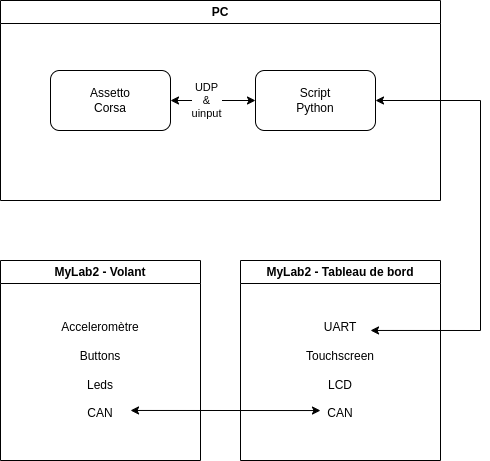
Before: Report/Images/architecture.drawio.png, a diagram exported from draw.io (J-Bch/Asseto_Corsa_Mylab_Controller). Source tidied: cells renumbered, new cells last; positions are measured from the earlier drawing's top-left corner, leaving out a move shared by most shapes.
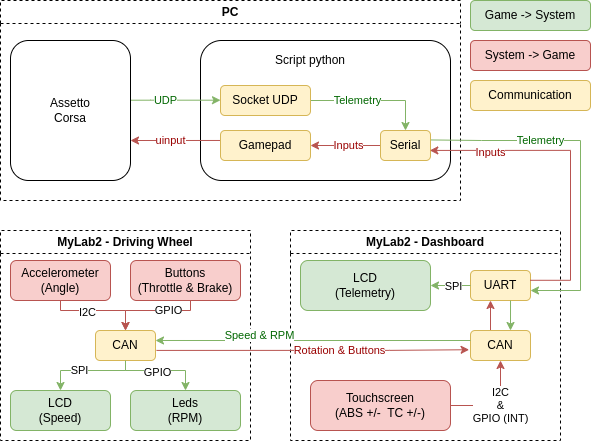
After the change.

Commit message:
update architecture schema

The edit, as a diff of the source:
```diff
@@ -2,43 +2,247 @@
   <root>
     <mxCell id="0" />
     <mxCell id="1" parent="0" />
-    <mxCell id="2" value="PC" style="swimlane;whiteSpace=wrap;html=1;" parent="1" vertex="1">
-      <mxGeometry width="440" height="200" as="geometry" />
+    <mxCell id="2" value="PC" style="swimlane;whiteSpace=wrap;html=1;dashed=1;" parent="1" vertex="1">
+      <mxGeometry width="460" height="200" as="geometry" />
     </mxCell>
-    <mxCell id="3" value="Script&lt;div&gt;Python&lt;/div&gt;" style="rounded=1;whiteSpace=wrap;html=1;" parent="2" vertex="1">
-      <mxGeometry x="255" y="70" width="120" height="60" as="geometry" />
+    <mxCell id="3" style="rounded=1;whiteSpace=wrap;html=1;" parent="2" vertex="1">
+      <mxGeometry x="200" y="40" width="250" height="140" as="geometry" />
     </mxCell>
-    <mxCell id="4" style="edgeStyle=orthogonalEdgeStyle;rounded=0;jettySize=auto;html=1;entryX=0;entryY=0.5;entryDx=0;entryDy=0;startArrow=classic;startFill=1;" parent="2" edge="1" source="6" target="3">
-      <mxGeometry relative="1" as="geometry" />
+    <mxCell id="4" style="edgeStyle=orthogonalEdgeStyle;rounded=0;jettySize=auto;html=1;startArrow=classic;startFill=1;endArrow=none;endFill=0;fillColor=#d5e8d4;strokeColor=#82b366;" parent="2" edge="1" source="9">
+      <mxGeometry relative="1" as="geometry">
+        <mxPoint x="110" y="99.7" as="targetPoint" />
+        <Array as="points">
+          <mxPoint x="150" y="100" />
+        </Array>
+      </mxGeometry>
     </mxCell>
-    <mxCell id="5" value="UDP&lt;div&gt;&amp;amp;&lt;br&gt;&lt;div&gt;uinput&lt;/div&gt;&lt;/div&gt;" style="edgeLabel;html=1;align=center;verticalAlign=middle;" parent="4" vertex="1">
-      <mxGeometry x="-0.16" relative="1" as="geometry" />
+    <mxCell id="5" value="UDP" style="edgeLabel;html=1;align=center;verticalAlign=middle;fontColor=#006600;" parent="4" vertex="1">
+      <mxGeometry x="0.04" y="-1" relative="1" as="geometry">
+        <mxPoint x="2" y="1" as="offset" />
+      </mxGeometry>
     </mxCell>
     <mxCell id="6" value="Assetto&lt;div&gt;Corsa&lt;/div&gt;" style="rounded=1;whiteSpace=wrap;html=1;" parent="2" vertex="1">
-      <mxGeometry x="50" y="70" width="120" height="60" as="geometry" />
+      <mxGeometry x="10" y="40" width="120" height="140" as="geometry" />
     </mxCell>
-    <mxCell id="7" value="MyLab2 - Volant" style="swimlane;whiteSpace=wrap;html=1;" parent="1" vertex="1">
-      <mxGeometry y="260" width="200" height="200" as="geometry" />
+    <mxCell id="7" style="edgeStyle=orthogonalEdgeStyle;rounded=0;jettySize=auto;html=1;entryX=0.5;entryY=0;entryDx=0;entryDy=0;fillColor=#d5e8d4;strokeColor=#82b366;" parent="2" edge="1" source="9" target="16">
+      <mxGeometry relative="1" as="geometry">
+        <Array as="points">
+          <mxPoint x="405" y="100" />
+        </Array>
+      </mxGeometry>
     </mxCell>
-    <mxCell id="8" value="Acceleromètre&lt;div&gt;&lt;br&gt;&lt;/div&gt;&lt;div&gt;Buttons&lt;/div&gt;&lt;div&gt;&lt;br&gt;&lt;/div&gt;&lt;div&gt;Leds&lt;/div&gt;&lt;div&gt;&lt;br&gt;&lt;/div&gt;&lt;div&gt;CAN&lt;/div&gt;" style="text;html=1;align=center;verticalAlign=middle;whiteSpace=wrap;rounded=0;" parent="7" vertex="1">
-      <mxGeometry x="35" y="50" width="130" height="120" as="geometry" />
+    <mxCell id="8" value="Telemetry" style="edgeLabel;html=1;align=center;verticalAlign=middle;points=[];fontColor=#006600;" parent="7" vertex="1">
+      <mxGeometry x="-0.4" y="2" relative="1" as="geometry">
+        <mxPoint x="9" y="2" as="offset" />
+      </mxGeometry>
     </mxCell>
-    <mxCell id="9" value="MyLab2 - Tableau de bord" style="swimlane;whiteSpace=wrap;html=1;" parent="1" vertex="1">
-      <mxGeometry x="240" y="260" width="200" height="200" as="geometry" />
+    <mxCell id="9" value="Socket UDP" style="rounded=1;whiteSpace=wrap;html=1;fillColor=#fff2cc;strokeColor=#d6b656;" parent="2" vertex="1">
+      <mxGeometry x="220" y="85" width="90" height="30" as="geometry" />
     </mxCell>
-    <mxCell id="10" value="UART&lt;div&gt;&lt;br&gt;&lt;/div&gt;&lt;div&gt;Touchscreen&lt;/div&gt;&lt;div&gt;&lt;br&gt;&lt;/div&gt;&lt;div&gt;LCD&lt;/div&gt;&lt;div&gt;&lt;br&gt;&lt;/div&gt;&lt;div&gt;CAN&lt;/div&gt;" style="text;html=1;align=center;verticalAlign=middle;whiteSpace=wrap;rounded=0;" parent="9" vertex="1">
-      <mxGeometry x="35" y="40" width="130" height="140" as="geometry" />
+    <mxCell id="10" style="edgeStyle=orthogonalEdgeStyle;rounded=0;orthogonalLoop=1;jettySize=auto;html=1;fillColor=#f8cecc;strokeColor=#b85450;" parent="2" edge="1">
+      <mxGeometry relative="1" as="geometry">
+        <mxPoint x="220" y="140" as="sourcePoint" />
+        <mxPoint x="130" y="140" as="targetPoint" />
+        <Array as="points">
+          <mxPoint x="130" y="140" />
+        </Array>
+      </mxGeometry>
     </mxCell>
-    <mxCell id="11" style="endArrow=classic;startArrow=classic;html=1;rounded=0;entryX=1;entryY=0.5;entryDx=0;entryDy=0;exitX=0.731;exitY=0.214;exitDx=0;exitDy=0;exitPerimeter=0;" parent="1" edge="1" source="10" target="3">
-      <mxGeometry relative="1" as="geometry">
-        <Array as="points">
-          <mxPoint x="480" y="330" />
-          <mxPoint x="480" y="100" />
-        </Array>
+    <mxCell id="11" value="uinput" style="edgeLabel;html=1;align=center;verticalAlign=middle;fontColor=#990000;" parent="10" vertex="1">
+      <mxGeometry x="0.25" y="-3" relative="1" as="geometry">
+        <mxPoint x="6" y="3" as="offset" />
       </mxGeometry>
     </mxCell>
-    <mxCell id="12" style="endArrow=classic;startArrow=classic;html=1;rounded=0;entryX=0.346;entryY=0.786;entryDx=0;entryDy=0;entryPerimeter=0;exitX=0.731;exitY=0.833;exitDx=0;exitDy=0;exitPerimeter=0;" parent="1" edge="1" source="8" target="10">
-      <mxGeometry relative="1" as="geometry" />
+    <mxCell id="12" value="Gamepad" style="rounded=1;whiteSpace=wrap;html=1;fillColor=#fff2cc;strokeColor=#d6b656;" parent="2" vertex="1">
+      <mxGeometry x="220" y="130" width="90" height="30" as="geometry" />
     </mxCell>
+    <mxCell id="13" value="Script python" style="text;html=1;align=center;verticalAlign=middle;whiteSpace=wrap;rounded=0;" parent="2" vertex="1">
+      <mxGeometry x="235" y="45" width="150" height="30" as="geometry" />
+    </mxCell>
+    <mxCell id="14" style="edgeStyle=orthogonalEdgeStyle;rounded=0;jettySize=auto;html=1;entryX=1;entryY=0.5;entryDx=0;entryDy=0;fillColor=#f8cecc;strokeColor=#b85450;" parent="2" edge="1" source="16" target="12">
+      <mxGeometry relative="1" as="geometry">
+        <Array as="points">
+          <mxPoint x="405" y="140" />
+        </Array>
+      </mxGeometry>
+    </mxCell>
+    <mxCell id="15" value="Inputs" style="edgeLabel;html=1;align=center;verticalAlign=middle;fontColor=#990000;" parent="14" vertex="1">
+      <mxGeometry x="0.09" y="2" relative="1" as="geometry">
+        <mxPoint x="6" y="-2" as="offset" />
+      </mxGeometry>
+    </mxCell>
+    <mxCell id="16" value="Serial" style="rounded=1;whiteSpace=wrap;html=1;fillColor=#fff2cc;strokeColor=#d6b656;" parent="2" vertex="1">
+      <mxGeometry x="380" y="130" width="50" height="30" as="geometry" />
+    </mxCell>
+    <mxCell id="17" value="MyLab2 - Driving Wheel" style="swimlane;whiteSpace=wrap;html=1;dashed=1;" parent="1" vertex="1">
+      <mxGeometry y="230" width="250" height="210" as="geometry" />
+    </mxCell>
+    <mxCell id="18" value="Accelerometer&lt;div&gt;(Angle)&lt;/div&gt;" style="text;html=1;align=center;verticalAlign=middle;whiteSpace=wrap;rounded=1;strokeColor=#b85450;perimeterSpacing=0;fillColor=#f8cecc;" parent="17" vertex="1">
+      <mxGeometry x="10" y="30" width="100" height="40" as="geometry" />
+    </mxCell>
+    <mxCell id="19" value="Buttons&lt;div&gt;(Throttle &amp;amp; Brake)&lt;/div&gt;" style="text;html=1;align=center;verticalAlign=middle;whiteSpace=wrap;rounded=1;strokeColor=#b85450;perimeterSpacing=0;fillColor=#f8cecc;" parent="17" vertex="1">
+      <mxGeometry x="130" y="30" width="110" height="40" as="geometry" />
+    </mxCell>
+    <mxCell id="20" value="LCD&lt;div&gt;(Speed)&lt;/div&gt;" style="text;html=1;align=center;verticalAlign=middle;whiteSpace=wrap;rounded=1;strokeColor=#82b366;perimeterSpacing=0;fillColor=#d5e8d4;" parent="17" vertex="1">
+      <mxGeometry x="10" y="160" width="100" height="40" as="geometry" />
+    </mxCell>
+    <mxCell id="21" style="edgeStyle=orthogonalEdgeStyle;rounded=0;jettySize=auto;html=1;entryX=0.5;entryY=0;entryDx=0;entryDy=0;fillColor=#d5e8d4;strokeColor=#82b366;" parent="17" edge="1" source="23" target="20">
+      <mxGeometry relative="1" as="geometry">
+        <Array as="points">
+          <mxPoint x="125" y="140" />
+          <mxPoint x="60" y="140" />
+        </Array>
+      </mxGeometry>
+    </mxCell>
+    <mxCell id="22" value="SPI" style="edgeLabel;html=1;align=center;verticalAlign=middle;" parent="21" vertex="1">
+      <mxGeometry x="0.18" relative="1" as="geometry" />
+    </mxCell>
+    <mxCell id="23" value="CAN" style="text;html=1;align=center;verticalAlign=middle;whiteSpace=wrap;rounded=1;strokeColor=#d6b656;perimeterSpacing=0;fillColor=#fff2cc;" parent="17" vertex="1">
+      <mxGeometry x="95" y="100" width="60" height="30" as="geometry" />
+    </mxCell>
+    <mxCell id="24" style="edgeStyle=orthogonalEdgeStyle;rounded=0;jettySize=auto;html=1;entryX=0.5;entryY=0;entryDx=0;entryDy=0;fillColor=#f8cecc;strokeColor=#b85450;" parent="17" edge="1" source="18" target="23">
+      <mxGeometry relative="1" as="geometry">
+        <Array as="points">
+          <mxPoint x="60" y="80" />
+          <mxPoint x="125" y="80" />
+        </Array>
+      </mxGeometry>
+    </mxCell>
+    <mxCell id="25" value="I2C" style="edgeLabel;html=1;align=center;verticalAlign=middle;" parent="24" vertex="1">
+      <mxGeometry x="-0.22" y="-2" relative="1" as="geometry" />
+    </mxCell>
+    <mxCell id="26" style="edgeStyle=orthogonalEdgeStyle;rounded=0;jettySize=auto;html=1;entryX=0.5;entryY=0;entryDx=0;entryDy=0;fillColor=#f8cecc;strokeColor=#b85450;" parent="17" edge="1" source="19" target="23">
+      <mxGeometry relative="1" as="geometry">
+        <Array as="points">
+          <mxPoint x="190" y="80" />
+          <mxPoint x="125" y="80" />
+        </Array>
+      </mxGeometry>
+    </mxCell>
+    <mxCell id="27" value="GPIO" style="edgeLabel;html=1;align=center;verticalAlign=middle;" parent="26" vertex="1">
+      <mxGeometry x="-0.33" y="-1" relative="1" as="geometry">
+        <mxPoint y="1" as="offset" />
+      </mxGeometry>
+    </mxCell>
+    <mxCell id="28" value="MyLab2 - Dashboard" style="swimlane;whiteSpace=wrap;html=1;dashed=1;" parent="1" vertex="1">
+      <mxGeometry x="290" y="230" width="270" height="210" as="geometry" />
+    </mxCell>
+    <mxCell id="29" value="UART" style="text;html=1;align=center;verticalAlign=middle;whiteSpace=wrap;rounded=1;strokeColor=#d6b656;perimeterSpacing=0;fillColor=#fff2cc;" parent="28" vertex="1">
+      <mxGeometry x="180" y="40" width="60" height="30" as="geometry" />
+    </mxCell>
+    <mxCell id="30" value="LCD&lt;div&gt;(Telemetry)&lt;/div&gt;" style="text;html=1;align=center;verticalAlign=middle;whiteSpace=wrap;rounded=1;strokeColor=#82b366;perimeterSpacing=0;fillColor=#d5e8d4;" parent="28" vertex="1">
+      <mxGeometry x="10" y="30" width="130" height="50" as="geometry" />
+    </mxCell>
+    <mxCell id="31" style="edgeStyle=orthogonalEdgeStyle;rounded=0;jettySize=auto;html=1;fillColor=#f8cecc;strokeColor=#b85450;" parent="28" edge="1" source="35">
+      <mxGeometry relative="1" as="geometry">
+        <mxPoint x="200" y="70" as="targetPoint" />
+        <Array as="points">
+          <mxPoint x="200" y="70" />
+        </Array>
+      </mxGeometry>
+    </mxCell>
+    <mxCell id="32" style="edgeStyle=orthogonalEdgeStyle;rounded=0;jettySize=auto;html=1;entryX=1;entryY=0.5;entryDx=0;entryDy=0;fillColor=#d5e8d4;strokeColor=#82b366;" parent="28" edge="1" source="29" target="30">
+      <mxGeometry relative="1" as="geometry" />
+    </mxCell>
+    <mxCell id="33" value="SPI" style="edgeLabel;html=1;align=center;verticalAlign=middle;" parent="32" vertex="1">
+      <mxGeometry x="-0.17" y="1" relative="1" as="geometry" />
+    </mxCell>
+    <mxCell id="34" value="Leds&lt;div&gt;(RPM)&lt;/div&gt;" style="text;html=1;align=center;verticalAlign=middle;whiteSpace=wrap;rounded=1;strokeColor=#82b366;perimeterSpacing=0;fillColor=#d5e8d4;" parent="28" vertex="1">
+      <mxGeometry x="-160" y="160" width="110" height="40" as="geometry" />
+    </mxCell>
+    <mxCell id="35" value="CAN" style="text;html=1;align=center;verticalAlign=middle;whiteSpace=wrap;rounded=1;strokeColor=#d6b656;fillColor=#fff2cc;" parent="28" vertex="1">
+      <mxGeometry x="180" y="100" width="60" height="30" as="geometry" />
+    </mxCell>
+    <mxCell id="36" style="edgeStyle=orthogonalEdgeStyle;rounded=0;jettySize=auto;html=1;entryX=0.5;entryY=1;entryDx=0;entryDy=0;fillColor=#f8cecc;strokeColor=#b85450;" parent="28" edge="1" source="38" target="35">
+      <mxGeometry relative="1" as="geometry" />
+    </mxCell>
+    <mxCell id="37" value="I2C&lt;div&gt;&amp;amp;&lt;/div&gt;&lt;div&gt;GPIO (INT)&lt;/div&gt;" style="edgeLabel;html=1;align=center;verticalAlign=middle;" parent="36" vertex="1">
+      <mxGeometry x="-0.39" relative="1" as="geometry">
+        <mxPoint x="21" as="offset" />
+      </mxGeometry>
+    </mxCell>
+    <mxCell id="38" value="Touchscreen&lt;div&gt;(ABS +/-&amp;nbsp; TC +/-)&lt;/div&gt;" style="text;html=1;align=center;verticalAlign=middle;whiteSpace=wrap;rounded=1;strokeColor=#b85450;perimeterSpacing=0;fillColor=#f8cecc;" parent="28" vertex="1">
+      <mxGeometry x="20" y="150" width="140" height="50" as="geometry" />
+    </mxCell>
+    <mxCell id="39" style="edgeStyle=orthogonalEdgeStyle;rounded=0;jettySize=auto;html=1;entryX=0.667;entryY=1;entryDx=0;entryDy=0;entryPerimeter=0;startArrow=classic;startFill=1;endArrow=none;endFill=0;fillColor=#d5e8d4;strokeColor=#82b366;" parent="28" edge="1" target="29">
+      <mxGeometry relative="1" as="geometry">
+        <mxPoint x="220" y="100" as="sourcePoint" />
+        <Array as="points">
+          <mxPoint x="220" y="100" />
+        </Array>
+      </mxGeometry>
+    </mxCell>
+    <mxCell id="40" style="edgeStyle=orthogonalEdgeStyle;rounded=0;jettySize=auto;html=1;entryX=0.993;entryY=0.326;entryDx=0;entryDy=0;startArrow=classic;startFill=1;entryPerimeter=0;endArrow=none;endFill=0;fillColor=#f8cecc;strokeColor=#b85450;exitX=0.986;exitY=0.664;exitDx=0;exitDy=0;exitPerimeter=0;" parent="1" edge="1" source="16" target="29">
+      <mxGeometry relative="1" as="geometry">
+        <Array as="points">
+          <mxPoint x="570" y="150" />
+          <mxPoint x="570" y="280" />
+        </Array>
+      </mxGeometry>
+    </mxCell>
+    <mxCell id="41" value="Inputs" style="edgeLabel;html=1;align=center;verticalAlign=middle;fontColor=#990000;" parent="40" vertex="1">
+      <mxGeometry x="-0.05" y="-1" relative="1" as="geometry">
+        <mxPoint x="-79" y="-6" as="offset" />
+      </mxGeometry>
+    </mxCell>
+    <mxCell id="42" style="edgeStyle=orthogonalEdgeStyle;rounded=0;jettySize=auto;html=1;startArrow=classic;startFill=1;endArrow=none;endFill=0;fillColor=#d5e8d4;strokeColor=#82b366;entryX=1.013;entryY=0.315;entryDx=0;entryDy=0;entryPerimeter=0;" parent="1" edge="1" source="29" target="16">
+      <mxGeometry relative="1" as="geometry">
+        <Array as="points">
+          <mxPoint x="580" y="290" />
+          <mxPoint x="580" y="140" />
+          <mxPoint x="481" y="140" />
+        </Array>
+      </mxGeometry>
+    </mxCell>
+    <mxCell id="43" value="Telemetry" style="edgeLabel;html=1;align=center;verticalAlign=middle;fontColor=#006600;" parent="42" vertex="1">
+      <mxGeometry x="0.06" y="-1" relative="1" as="geometry">
+        <mxPoint x="-41" y="-15" as="offset" />
+      </mxGeometry>
+    </mxCell>
+    <mxCell id="44" value="Game -&amp;gt; System" style="rounded=1;whiteSpace=wrap;html=1;fillColor=#d5e8d4;strokeColor=#82b366;" parent="1" vertex="1">
+      <mxGeometry x="470" width="120" height="30" as="geometry" />
+    </mxCell>
+    <mxCell id="45" value="System -&amp;gt; Game" style="rounded=1;whiteSpace=wrap;html=1;fillColor=#f8cecc;strokeColor=#b85450;" parent="1" vertex="1">
+      <mxGeometry x="470" y="40" width="120" height="30" as="geometry" />
+    </mxCell>
+    <mxCell id="46" value="Communication" style="rounded=1;whiteSpace=wrap;html=1;fillColor=#fff2cc;strokeColor=#d6b656;" parent="1" vertex="1">
+      <mxGeometry x="470" y="80" width="120" height="30" as="geometry" />
+    </mxCell>
+    <mxCell id="47" style="edgeStyle=orthogonalEdgeStyle;rounded=0;jettySize=auto;html=1;entryX=1;entryY=0.333;entryDx=0;entryDy=0;entryPerimeter=0;fillColor=#d5e8d4;strokeColor=#82b366;" parent="1" edge="1" source="35" target="23">
+      <mxGeometry relative="1" as="geometry">
+        <Array as="points">
+          <mxPoint x="230" y="340" />
+          <mxPoint x="230" y="340" />
+        </Array>
+      </mxGeometry>
+    </mxCell>
+    <mxCell id="48" value="Speed &amp;amp; RPM" style="edgeLabel;html=1;align=center;verticalAlign=middle;fontColor=#006600;" parent="47" vertex="1">
+      <mxGeometry x="0.16" relative="1" as="geometry">
+        <mxPoint x="-28" y="-5" as="offset" />
+      </mxGeometry>
+    </mxCell>
+    <mxCell id="49" style="edgeStyle=orthogonalEdgeStyle;rounded=0;jettySize=auto;html=1;entryX=-0.023;entryY=0.641;entryDx=0;entryDy=0;entryPerimeter=0;exitX=1.016;exitY=0.664;exitDx=0;exitDy=0;exitPerimeter=0;fillColor=#f8cecc;strokeColor=#b85450;" parent="1" edge="1" source="23" target="35">
+      <mxGeometry relative="1" as="geometry">
+        <Array as="points">
+          <mxPoint x="389" y="350" />
+        </Array>
+      </mxGeometry>
+    </mxCell>
+    <mxCell id="50" value="Rotation &amp;amp; Buttons" style="edgeLabel;html=1;align=center;verticalAlign=middle;fontColor=#990000;" parent="49" vertex="1">
+      <mxGeometry x="-0.09" relative="1" as="geometry">
+        <mxPoint x="40" as="offset" />
+      </mxGeometry>
+    </mxCell>
+    <mxCell id="51" style="edgeStyle=orthogonalEdgeStyle;rounded=0;jettySize=auto;html=1;entryX=0.5;entryY=0;entryDx=0;entryDy=0;fillColor=#d5e8d4;strokeColor=#82b366;" parent="1" edge="1" source="23" target="34">
+      <mxGeometry relative="1" as="geometry">
+        <Array as="points">
+          <mxPoint x="125" y="370" />
+          <mxPoint x="185" y="370" />
+        </Array>
+      </mxGeometry>
+    </mxCell>
+    <mxCell id="52" value="GPIO" style="edgeLabel;html=1;align=center;verticalAlign=middle;" parent="51" vertex="1">
+      <mxGeometry x="-0.08" y="-2" relative="1" as="geometry" />
+    </mxCell>
   </root>
 </mxGraphModel>
```
